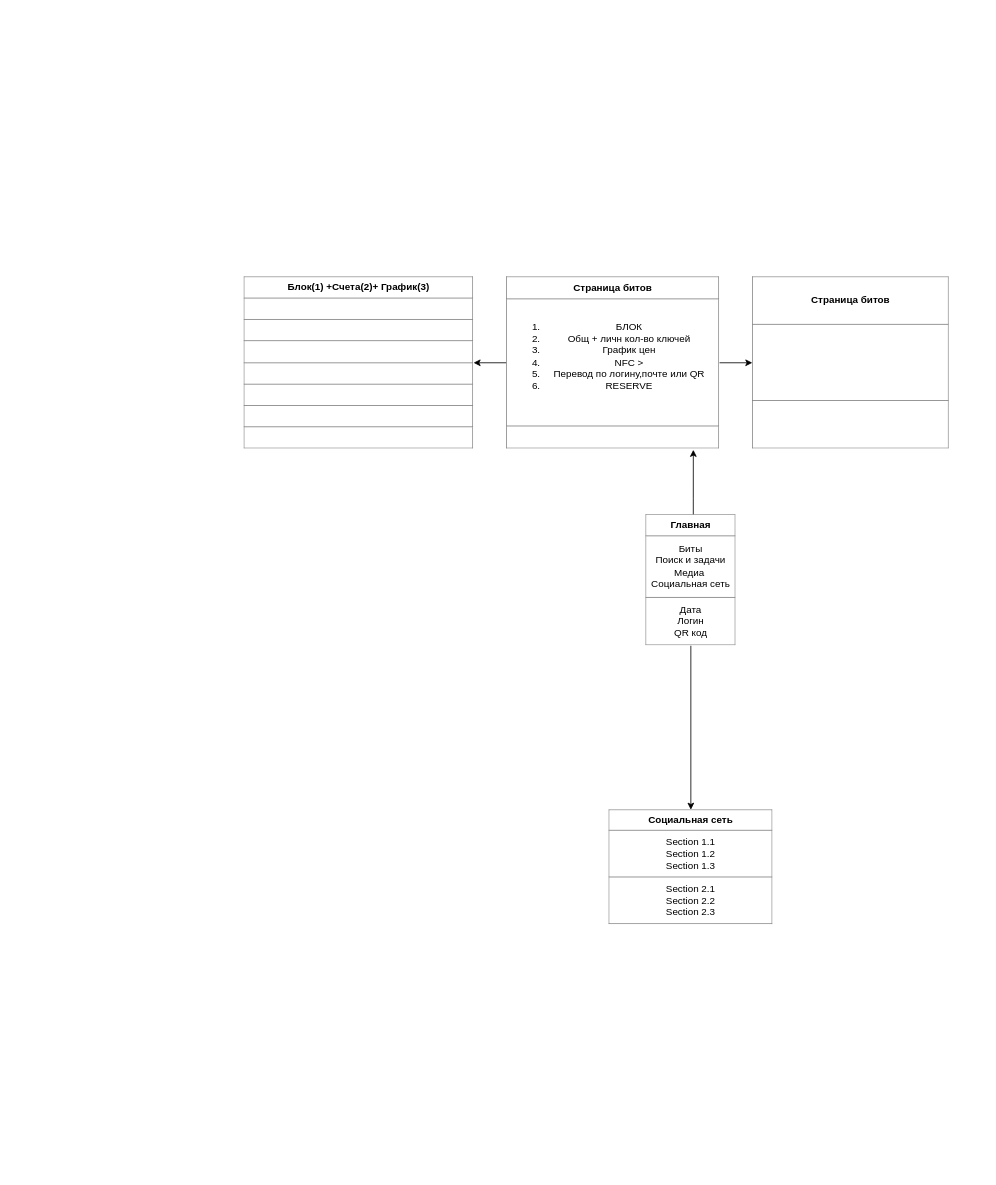
The draw.io diagram page "Page-1" (1 of 2) of Untitled Diagram.drawio in Process64/Project-Euler, before the edit. Source tidied: cells renumbered, new cells numbered last; positions are measured from the earlier drawing's top-left corner, leaving out a move shared by most shapes. Both pictures are drawn from the tidied source at 82%, with x=0, y=0 at pixel (244, 276).
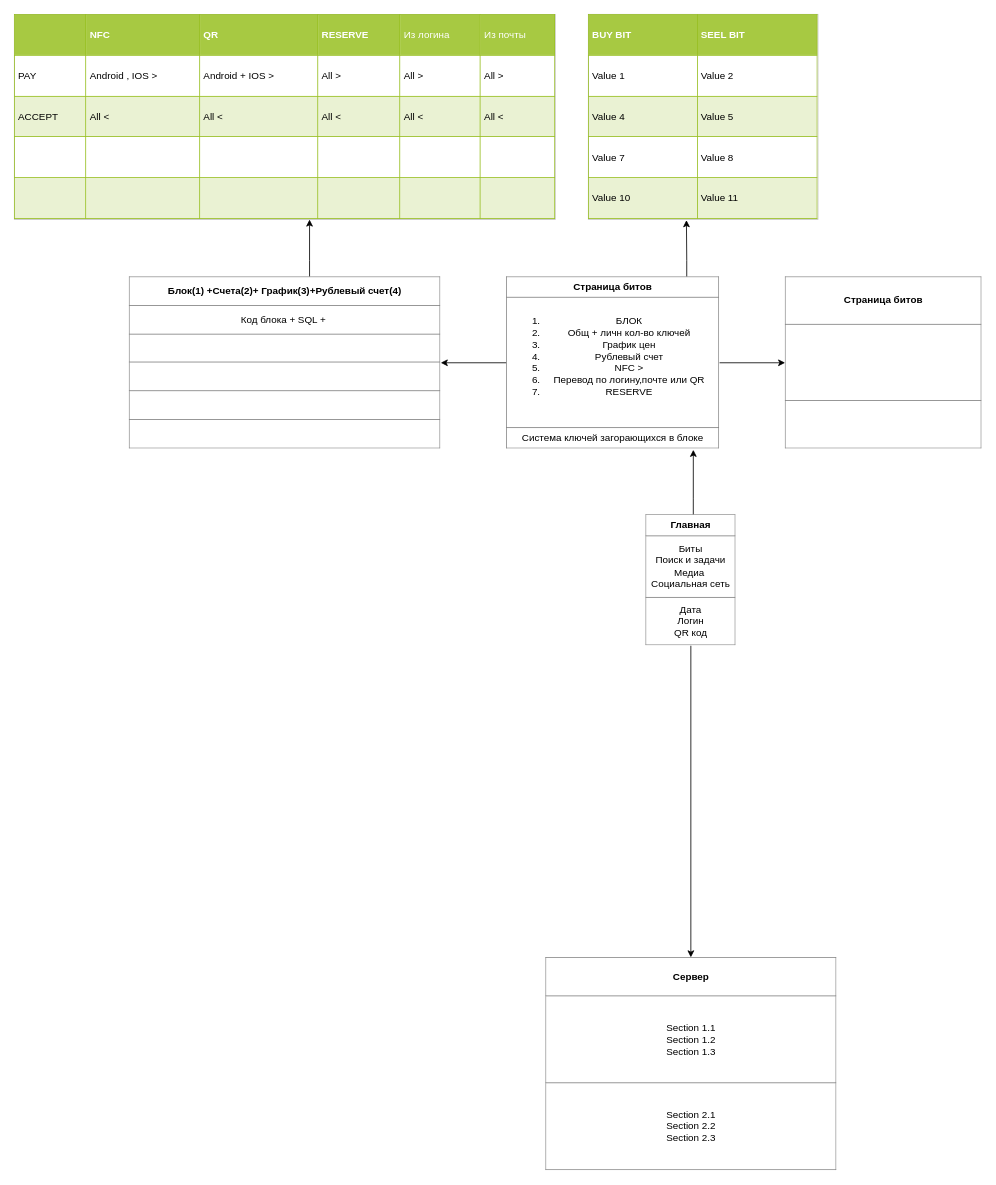
After the change.

Diff of the diagram source:
```diff
@@
+    <mxCell id="11" style="edgeStyle=orthogonalEdgeStyle;rounded=0;jettySize=auto;html=1;entryX=0.383;entryY=1.004;entryDx=0;entryDy=0;entryPerimeter=0;" parent="1" edge="1" source="7">
+      <mxGeometry relative="1" as="geometry">
+        <mxPoint x="539.6" y="-69" as="targetPoint" />
+        <Array as="points">
+          <mxPoint x="540" y="-20" />
+          <mxPoint x="540" y="-20" />
+        </Array>
+      </mxGeometry>
+    </mxCell>
-    <mxCell id="7" value="&lt;table border=&quot;1&quot; width=&quot;100%&quot; cellpadding=&quot;4&quot; style=&quot;width: 100% ; height: 100% ; border-collapse: collapse&quot; align=&quot;left&quot;&gt;&lt;tbody&gt;&lt;tr&gt;&lt;th align=&quot;center&quot;&gt;Страница битов&lt;/th&gt;&lt;/tr&gt;&lt;tr&gt;&lt;td align=&quot;center&quot;&gt;&lt;ol&gt;&lt;li&gt;БЛОК&lt;/li&gt;&lt;li&gt;Общ + личн кол-во ключей&lt;/li&gt;&lt;li&gt;График цен&lt;/li&gt;&lt;li&gt;NFC &amp;gt;&lt;/li&gt;&lt;li&gt;Перевод по логину,почте или QR&lt;/li&gt;&lt;li&gt;RESERVE&lt;/li&gt;&lt;/ol&gt;&lt;br&gt;&lt;/td&gt;&lt;/tr&gt;&lt;tr&gt;&lt;td align=&quot;center&quot;&gt;&lt;br&gt;&lt;/td&gt;&lt;/tr&gt;&lt;/tbody&gt;&lt;/table&gt;" style="text;html=1;strokeColor=none;fillColor=none;overflow=fill;" parent="1" vertex="1">
+    <mxCell id="7" value="&lt;table border=&quot;1&quot; width=&quot;100%&quot; cellpadding=&quot;4&quot; style=&quot;width: 100% ; height: 100% ; border-collapse: collapse&quot; align=&quot;left&quot;&gt;&lt;tbody&gt;&lt;tr&gt;&lt;th align=&quot;center&quot;&gt;Страница битов&lt;/th&gt;&lt;/tr&gt;&lt;tr&gt;&lt;td align=&quot;center&quot;&gt;&lt;ol&gt;&lt;li&gt;БЛОК&lt;/li&gt;&lt;li&gt;Общ + личн кол-во ключей&lt;/li&gt;&lt;li&gt;График цен&lt;/li&gt;&lt;li&gt;Рублевый счет&lt;/li&gt;&lt;li&gt;NFC &amp;gt;&lt;/li&gt;&lt;li&gt;Перевод по логину,почте или QR&lt;/li&gt;&lt;li&gt;RESERVE&lt;/li&gt;&lt;/ol&gt;&lt;br&gt;&lt;/td&gt;&lt;/tr&gt;&lt;tr&gt;&lt;td align=&quot;center&quot;&gt;Система ключей загорающихся в блоке&lt;/td&gt;&lt;/tr&gt;&lt;/tbody&gt;&lt;/table&gt;" style="text;html=1;strokeColor=none;fillColor=none;overflow=fill;" parent="1" vertex="1">
       <mxGeometry x="320" y="-0.2" width="260" height="210.2" as="geometry" />
     </mxCell>
     <mxCell id="8" value="&lt;table border=&quot;1&quot; width=&quot;100%&quot; cellpadding=&quot;4&quot; style=&quot;width: 100% ; height: 100% ; border-collapse: collapse&quot; align=&quot;left&quot;&gt;&lt;tbody&gt;&lt;tr&gt;&lt;th align=&quot;center&quot;&gt;Страница битов&lt;/th&gt;&lt;/tr&gt;&lt;tr&gt;&lt;td align=&quot;center&quot;&gt;&lt;div&gt;&lt;br&gt;&lt;/div&gt;&lt;br&gt;&lt;/td&gt;&lt;/tr&gt;&lt;tr&gt;&lt;td align=&quot;center&quot;&gt;&lt;br&gt;&lt;/td&gt;&lt;/tr&gt;&lt;/tbody&gt;&lt;/table&gt;" style="text;html=1;strokeColor=none;fillColor=none;overflow=fill;" parent="1" vertex="1">
-      <mxGeometry x="620" y="-0.2" width="240" height="210.2" as="geometry" />
+      <mxGeometry x="660" y="-0.2" width="240" height="210.2" as="geometry" />
     </mxCell>
+    <mxCell id="12" style="edgeStyle=orthogonalEdgeStyle;rounded=0;jettySize=auto;html=1;" parent="1" edge="1" source="9" target="13">
+      <mxGeometry relative="1" as="geometry">
+        <Array as="points">
+          <mxPoint x="80" y="-20" />
+          <mxPoint x="80" y="-20" />
+        </Array>
+      </mxGeometry>
+    </mxCell>
-    <mxCell id="9" value="&lt;table border=&quot;1&quot; width=&quot;100%&quot; cellpadding=&quot;4&quot; style=&quot;width: 100% ; height: 100% ; border-collapse: collapse&quot;&gt;&lt;tbody&gt;&lt;tr&gt;&lt;th align=&quot;center&quot;&gt;Блок(1) +Счета(2)+ График(3)&lt;/th&gt;&lt;/tr&gt;&lt;tr&gt;&lt;td align=&quot;center&quot;&gt;&lt;br&gt;&lt;/td&gt;&lt;/tr&gt;&lt;tr&gt;&lt;td&gt;&lt;br&gt;&lt;/td&gt;&lt;/tr&gt;&lt;tr&gt;&lt;td&gt;&lt;br&gt;&lt;/td&gt;&lt;/tr&gt;&lt;tr&gt;&lt;td&gt;&lt;br&gt;&lt;/td&gt;&lt;/tr&gt;&lt;tr&gt;&lt;td&gt;&lt;br&gt;&lt;/td&gt;&lt;/tr&gt;&lt;tr&gt;&lt;td&gt;&lt;br&gt;&lt;/td&gt;&lt;/tr&gt;&lt;tr&gt;&lt;td align=&quot;center&quot;&gt;&lt;br&gt;&lt;/td&gt;&lt;/tr&gt;&lt;/tbody&gt;&lt;/table&gt;" style="text;html=1;strokeColor=none;fillColor=none;overflow=fill;" parent="1" vertex="1">
-      <mxGeometry y="-0.2" width="280" height="210.2" as="geometry" />
+    <mxCell id="9" value="&lt;table border=&quot;1&quot; width=&quot;100%&quot; cellpadding=&quot;4&quot; style=&quot;width: 100% ; height: 100% ; border-collapse: collapse&quot;&gt;&lt;tbody&gt;&lt;tr&gt;&lt;th align=&quot;center&quot;&gt;Блок(1) +Счета(2)+ График(3)+Рублевый счет(4)&lt;/th&gt;&lt;/tr&gt;&lt;tr&gt;&lt;td align=&quot;center&quot;&gt;Код блока + SQL +&amp;nbsp;&lt;/td&gt;&lt;/tr&gt;&lt;tr&gt;&lt;td style=&quot;text-align: center&quot;&gt;&lt;br&gt;&lt;/td&gt;&lt;/tr&gt;&lt;tr&gt;&lt;td&gt;&lt;br&gt;&lt;/td&gt;&lt;/tr&gt;&lt;tr&gt;&lt;td&gt;&lt;br&gt;&lt;/td&gt;&lt;/tr&gt;&lt;tr&gt;&lt;td&gt;&lt;br&gt;&lt;/td&gt;&lt;/tr&gt;&lt;/tbody&gt;&lt;/table&gt;" style="text;html=1;strokeColor=none;fillColor=none;overflow=fill;" parent="1" vertex="1">
+      <mxGeometry x="-140" y="-0.2" width="380" height="210.2" as="geometry" />
     </mxCell>
-    <mxCell id="10" value="&lt;table border=&quot;1&quot; width=&quot;100%&quot; cellpadding=&quot;4&quot; style=&quot;width: 100% ; height: 100% ; border-collapse: collapse&quot;&gt;&lt;tbody&gt;&lt;tr&gt;&lt;th align=&quot;center&quot;&gt;Социальная сеть&lt;/th&gt;&lt;/tr&gt;&lt;tr&gt;&lt;td align=&quot;center&quot;&gt;Section 1.1&lt;br&gt;Section 1.2&lt;br&gt;Section 1.3&lt;/td&gt;&lt;/tr&gt;&lt;tr&gt;&lt;td align=&quot;center&quot;&gt;Section 2.1&lt;br&gt;Section 2.2&lt;br&gt;Section 2.3&lt;/td&gt;&lt;/tr&gt;&lt;/tbody&gt;&lt;/table&gt;" style="text;html=1;strokeColor=none;fillColor=none;overflow=fill;" parent="1" vertex="1">
-      <mxGeometry x="445" y="650" width="200" height="140" as="geometry" />
+    <mxCell id="10" value="&lt;table border=&quot;1&quot; width=&quot;100%&quot; cellpadding=&quot;4&quot; style=&quot;width: 100% ; height: 100% ; border-collapse: collapse&quot;&gt;&lt;tbody&gt;&lt;tr&gt;&lt;th align=&quot;center&quot;&gt;Сервер&lt;/th&gt;&lt;/tr&gt;&lt;tr&gt;&lt;td align=&quot;center&quot;&gt;Section 1.1&lt;br&gt;Section 1.2&lt;br&gt;Section 1.3&lt;/td&gt;&lt;/tr&gt;&lt;tr&gt;&lt;td align=&quot;center&quot;&gt;Section 2.1&lt;br&gt;Section 2.2&lt;br&gt;Section 2.3&lt;/td&gt;&lt;/tr&gt;&lt;/tbody&gt;&lt;/table&gt;" style="text;html=1;strokeColor=none;fillColor=none;overflow=fill;" parent="1" vertex="1">
+      <mxGeometry x="367.5" y="830" width="355" height="260" as="geometry" />
     </mxCell>
+    <mxCell id="13" value="&lt;table border=&quot;1&quot; width=&quot;100%&quot; cellpadding=&quot;4&quot; style=&quot;width: 100% ; height: 100% ; border-collapse: collapse&quot;&gt;&lt;tbody&gt;&lt;tr style=&quot;background-color: #a7c942 ; color: #ffffff ; border: 1px solid #98bf21&quot;&gt;&lt;td&gt;&lt;br&gt;&lt;/td&gt;&lt;th align=&quot;left&quot;&gt;NFC&lt;/th&gt;&lt;th align=&quot;left&quot;&gt;QR&lt;/th&gt;&lt;th align=&quot;left&quot;&gt;RESERVE&lt;/th&gt;&lt;td&gt;Из логина&lt;/td&gt;&lt;td&gt;Из почты&lt;/td&gt;&lt;/tr&gt;&lt;tr style=&quot;border: 1px solid #98bf21&quot;&gt;&lt;td&gt;PAY&lt;/td&gt;&lt;td&gt;Android , IOS &amp;gt;&lt;/td&gt;&lt;td&gt;Android + IOS &amp;gt;&lt;/td&gt;&lt;td&gt;All &amp;gt;&lt;/td&gt;&lt;td&gt;All &amp;gt;&lt;/td&gt;&lt;td&gt;All &amp;gt;&lt;br&gt;&lt;/td&gt;&lt;/tr&gt;&lt;tr style=&quot;background-color: #eaf2d3 ; border: 1px solid #98bf21&quot;&gt;&lt;td&gt;ACCEPT&lt;/td&gt;&lt;td&gt;All &amp;lt;&lt;/td&gt;&lt;td&gt;All &amp;lt;&lt;/td&gt;&lt;td&gt;All &amp;lt;&lt;/td&gt;&lt;td&gt;All &amp;lt;&lt;/td&gt;&lt;td&gt;All &amp;lt;&lt;/td&gt;&lt;/tr&gt;&lt;tr style=&quot;border: 1px solid #98bf21&quot;&gt;&lt;td&gt;&lt;br&gt;&lt;/td&gt;&lt;td&gt;&lt;br&gt;&lt;/td&gt;&lt;td&gt;&lt;br&gt;&lt;/td&gt;&lt;td&gt;&lt;br&gt;&lt;/td&gt;&lt;td&gt;&lt;br&gt;&lt;/td&gt;&lt;td&gt;&lt;br&gt;&lt;/td&gt;&lt;/tr&gt;&lt;tr style=&quot;background-color: #eaf2d3 ; border: 1px solid #98bf21&quot;&gt;&lt;td&gt;&lt;br&gt;&lt;/td&gt;&lt;td&gt;&lt;br&gt;&lt;/td&gt;&lt;td&gt;&lt;br&gt;&lt;/td&gt;&lt;td&gt;&lt;br&gt;&lt;/td&gt;&lt;td&gt;&lt;br&gt;&lt;/td&gt;&lt;td&gt;&lt;br&gt;&lt;/td&gt;&lt;/tr&gt;&lt;/tbody&gt;&lt;/table&gt;" style="text;html=1;strokeColor=#c0c0c0;fillColor=#ffffff;overflow=fill;rounded=0;" parent="1" vertex="1">
+      <mxGeometry x="-280" y="-319.8" width="659.6" height="250" as="geometry" />
+    </mxCell>
+    <mxCell id="14" value="&lt;table border=&quot;1&quot; width=&quot;100%&quot; cellpadding=&quot;4&quot; style=&quot;width: 100% ; height: 100% ; border-collapse: collapse&quot;&gt;&lt;tbody&gt;&lt;tr style=&quot;background-color: #a7c942 ; color: #ffffff ; border: 1px solid #98bf21&quot;&gt;&lt;th align=&quot;left&quot;&gt;BUY BIT&lt;/th&gt;&lt;th align=&quot;left&quot;&gt;SEEL BIT&lt;/th&gt;&lt;/tr&gt;&lt;tr style=&quot;border: 1px solid #98bf21&quot;&gt;&lt;td&gt;Value 1&lt;/td&gt;&lt;td&gt;Value 2&lt;/td&gt;&lt;/tr&gt;&lt;tr style=&quot;background-color: #eaf2d3 ; border: 1px solid #98bf21&quot;&gt;&lt;td&gt;Value 4&lt;/td&gt;&lt;td&gt;Value 5&lt;/td&gt;&lt;/tr&gt;&lt;tr style=&quot;border: 1px solid #98bf21&quot;&gt;&lt;td&gt;Value 7&lt;/td&gt;&lt;td&gt;Value 8&lt;/td&gt;&lt;/tr&gt;&lt;tr style=&quot;background-color: #eaf2d3 ; border: 1px solid #98bf21&quot;&gt;&lt;td&gt;Value 10&lt;/td&gt;&lt;td&gt;Value 11&lt;/td&gt;&lt;/tr&gt;&lt;/tbody&gt;&lt;/table&gt;" style="text;html=1;strokeColor=#c0c0c0;fillColor=#ffffff;overflow=fill;rounded=0;" parent="1" vertex="1">
+      <mxGeometry x="420" y="-320" width="280" height="250" as="geometry" />
+    </mxCell>
```
